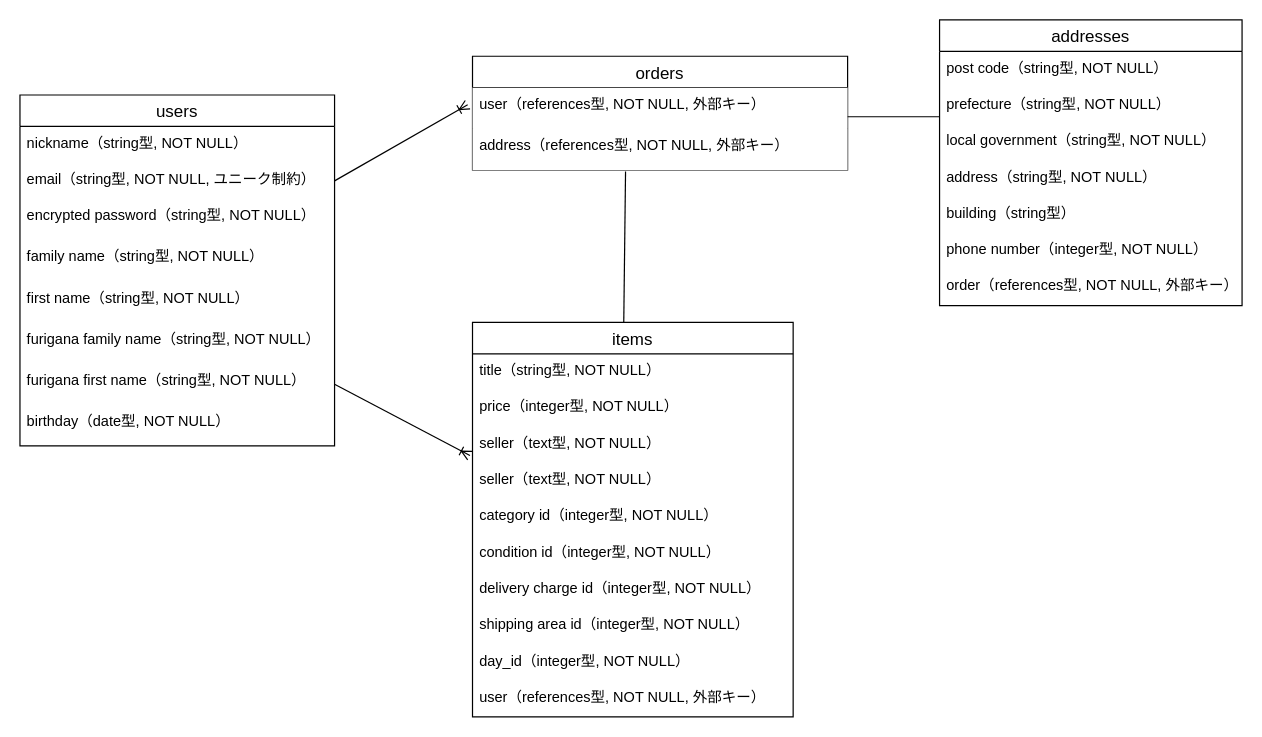
Earlier version of the draw.io diagram furima.dio (JamesCroissant/furima-37331). Source tidied: cells renumbered, new cells numbered last; positions are measured from the earlier drawing's top-left corner, leaving out a move shared by most shapes. Both pictures are drawn from the tidied source at 121%, with x=0, y=0 at pixel (19, 19).
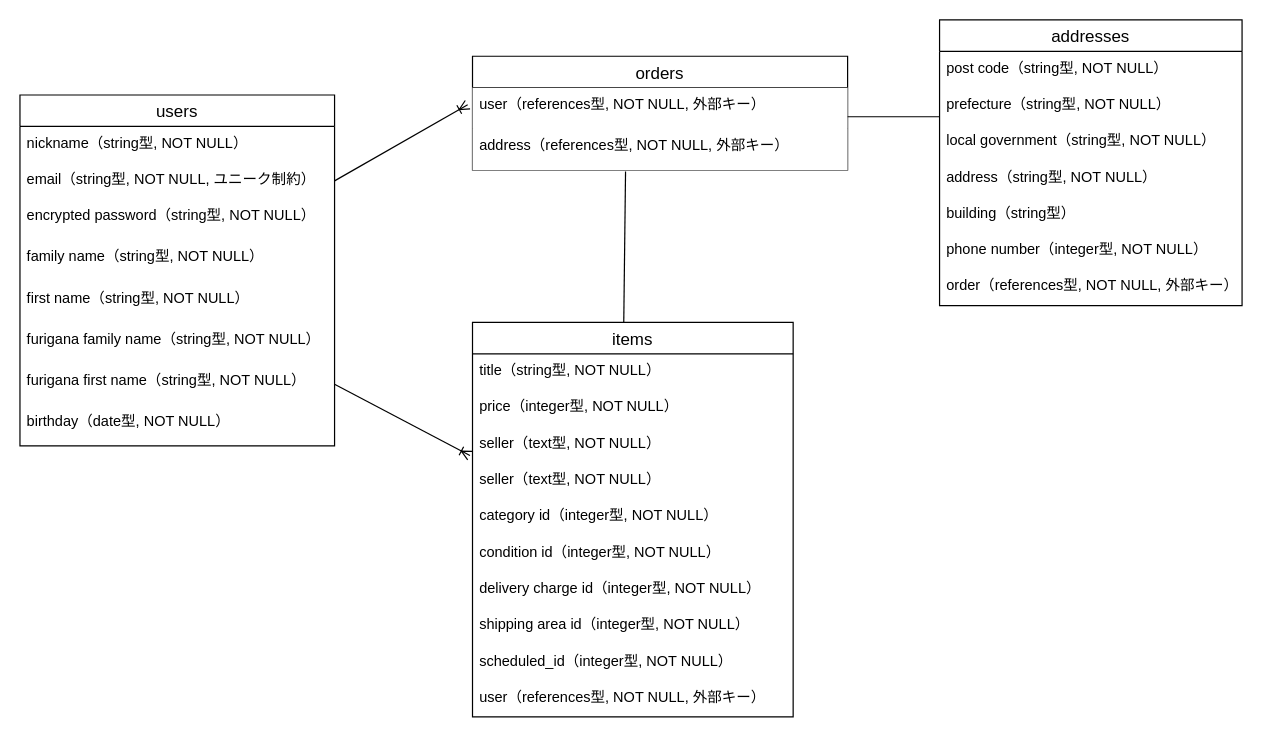
After the change.

The change refers to these unchanged cells:
```xml
<mxCell id="11" value="items" style="swimlane;fontStyle=0;horizontal=1;startSize=26;align=center;fontSize=14;" parent="1" vertex="1">
  <mxGeometry x="374" y="250" width="265" height="326" as="geometry" />
</mxCell>
```

Diff of the diagram source:
```diff
@@
-    <mxCell id="20" value="day_id（integer型, NOT NULL）" style="text;strokeColor=none;fillColor=none;spacingLeft=4;spacingRight=4;overflow=hidden;fontSize=12;" parent="11" vertex="1">
+    <mxCell id="20" value="scheduled_id（integer型, NOT NULL）" style="text;strokeColor=none;fillColor=none;spacingLeft=4;spacingRight=4;overflow=hidden;fontSize=12;" parent="11" vertex="1">
       <mxGeometry y="266" width="265" height="30" as="geometry" />
     </mxCell>
```
